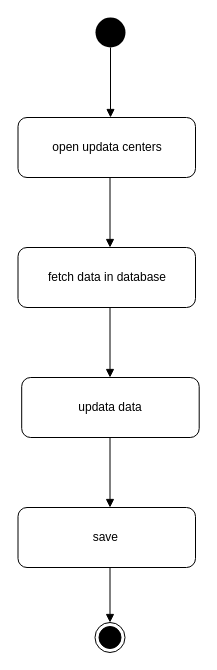
Above: diagrams/updata donors.drawio in m-alhoomaidi/Blood-Bank (draw.io), before the change. Source tidied: cells renumbered, new cells numbered last; positions are measured from the earlier drawing's top-left corner, leaving out a move shared by most shapes. Both pictures are drawn from the tidied source at 100%, with x=0, y=0 at pixel (17, 17).
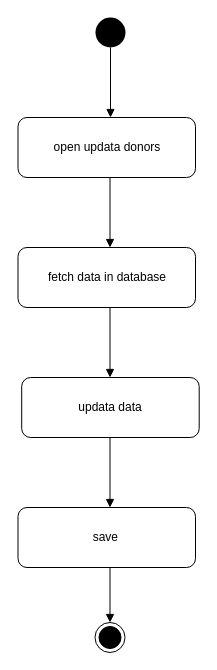
The same page after the edit.

Diff of the diagram source:
```diff
@@
 <mxGraphModel>
   <root>
     <mxCell id="0" />
     <mxCell id="1" parent="0" />
     <mxCell id="2" style="ellipse;fillColor=#000000;strokeColor=none;" parent="1" vertex="1">
       <mxGeometry x="78" width="30" height="30" as="geometry" />
     </mxCell>
     <mxCell id="3" style="endArrow=block;endFill=1;endSize=6;html=1;exitX=0.5;exitY=1;exitDx=0;exitDy=0;" parent="1" edge="1" source="2">
       <mxGeometry relative="1" as="geometry">
         <mxPoint x="93" y="100" as="targetPoint" />
       </mxGeometry>
     </mxCell>
-    <mxCell id="4" value="open updata centers" style="shape=ext;rounded=1;html=1;whiteSpace=wrap;" parent="1" vertex="1">
+    <mxCell id="4" value="open updata donors" style="shape=ext;rounded=1;html=1;whiteSpace=wrap;" parent="1" vertex="1">
       <mxGeometry x="0.5" y="100" width="177.5" height="60" as="geometry" />
     </mxCell>
     <mxCell id="5" style="endArrow=block;endFill=1;endSize=6;html=1;exitX=0.5;exitY=1;exitDx=0;exitDy=0;" parent="1" edge="1">
       <mxGeometry relative="1" as="geometry">
         <mxPoint x="92.5" y="160" as="sourcePoint" />
         <mxPoint x="92.5" y="230" as="targetPoint" />
       </mxGeometry>
     </mxCell>
     <mxCell id="6" value="fetch data in database" style="shape=ext;rounded=1;html=1;whiteSpace=wrap;" parent="1" vertex="1">
       <mxGeometry x="0.5" y="230" width="177.5" height="60" as="geometry" />
     </mxCell>
     <mxCell id="7" style="endArrow=block;endFill=1;endSize=6;html=1;exitX=0.5;exitY=1;exitDx=0;exitDy=0;" parent="1" edge="1">
       <mxGeometry relative="1" as="geometry">
         <mxPoint x="92.5" y="290" as="sourcePoint" />
         <mxPoint x="92.5" y="360" as="targetPoint" />
       </mxGeometry>
     </mxCell>
     <mxCell id="8" value="updata data" style="shape=ext;rounded=1;html=1;whiteSpace=wrap;" parent="1" vertex="1">
       <mxGeometry x="4.2" y="360" width="177.5" height="60" as="geometry" />
     </mxCell>
     <mxCell id="9" style="endArrow=block;endFill=1;endSize=6;html=1;exitX=0.5;exitY=1;exitDx=0;exitDy=0;" parent="1" edge="1">
       <mxGeometry relative="1" as="geometry">
         <mxPoint x="92.5" y="420" as="sourcePoint" />
         <mxPoint x="92.5" y="490" as="targetPoint" />
       </mxGeometry>
     </mxCell>
     <mxCell id="10" value="save&amp;nbsp;" style="shape=ext;rounded=1;html=1;whiteSpace=wrap;" parent="1" vertex="1">
       <mxGeometry x="0.5" y="490" width="177.5" height="60" as="geometry" />
     </mxCell>
     <mxCell id="11" style="endArrow=block;endFill=1;endSize=6;html=1;exitX=0.5;exitY=1;exitDx=0;exitDy=0;" parent="1" edge="1" target="12">
       <mxGeometry relative="1" as="geometry">
         <mxPoint x="92.5" y="550" as="sourcePoint" />
       </mxGeometry>
     </mxCell>
     <mxCell id="12" style="ellipse;html=1;shape=endState;fillColor=#000000;strokeColor=#000000;" parent="1" vertex="1">
       <mxGeometry x="77.5" y="605" width="30" height="30" as="geometry" />
     </mxCell>
   </root>
 </mxGraphModel>
```
